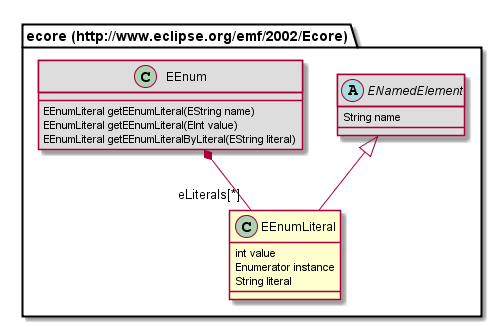
Above: org.nasdanika.codegen.editor/doc/model/687474703a2f2f7777772e65636c697073652e6f72672f656d662f323030322f45636f7265/EEnumLiteral.png in Nasdanika/codegen (PlantUML), before the change.
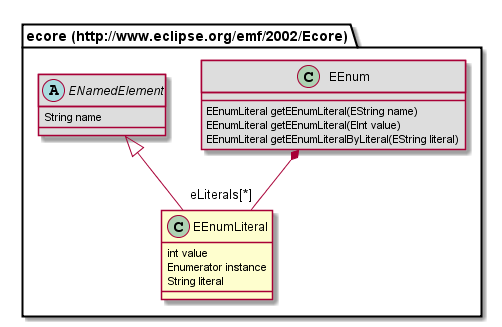
The same file after the commit.

Diff of the diagram source:
```diff
@@ -4,14 +4,14 @@
 	Enumerator instance
 	String literal
 }
-abstract class "ecore (http://www.eclipse.org/emf/2002/Ecore).ENamedElement" #DDDDDD {
-	String name
-}
 class "ecore (http://www.eclipse.org/emf/2002/Ecore).EEnum" #DDDDDD {
 	EEnumLiteral getEEnumLiteral(EString name)
 	EEnumLiteral getEEnumLiteral(EInt value)
 	EEnumLiteral getEEnumLiteralByLiteral(EString literal)
 }
+abstract class "ecore (http://www.eclipse.org/emf/2002/Ecore).ENamedElement" #DDDDDD {
+	String name
+}
 "ecore (http://www.eclipse.org/emf/2002/Ecore).ENamedElement" <|-- "ecore (http://www.eclipse.org/emf/2002/Ecore).EEnumLiteral"
 "ecore (http://www.eclipse.org/emf/2002/Ecore).EEnum" *-- "eLiterals[*]" "ecore (http://www.eclipse.org/emf/2002/Ecore).EEnumLiteral"
 @enduml
```
